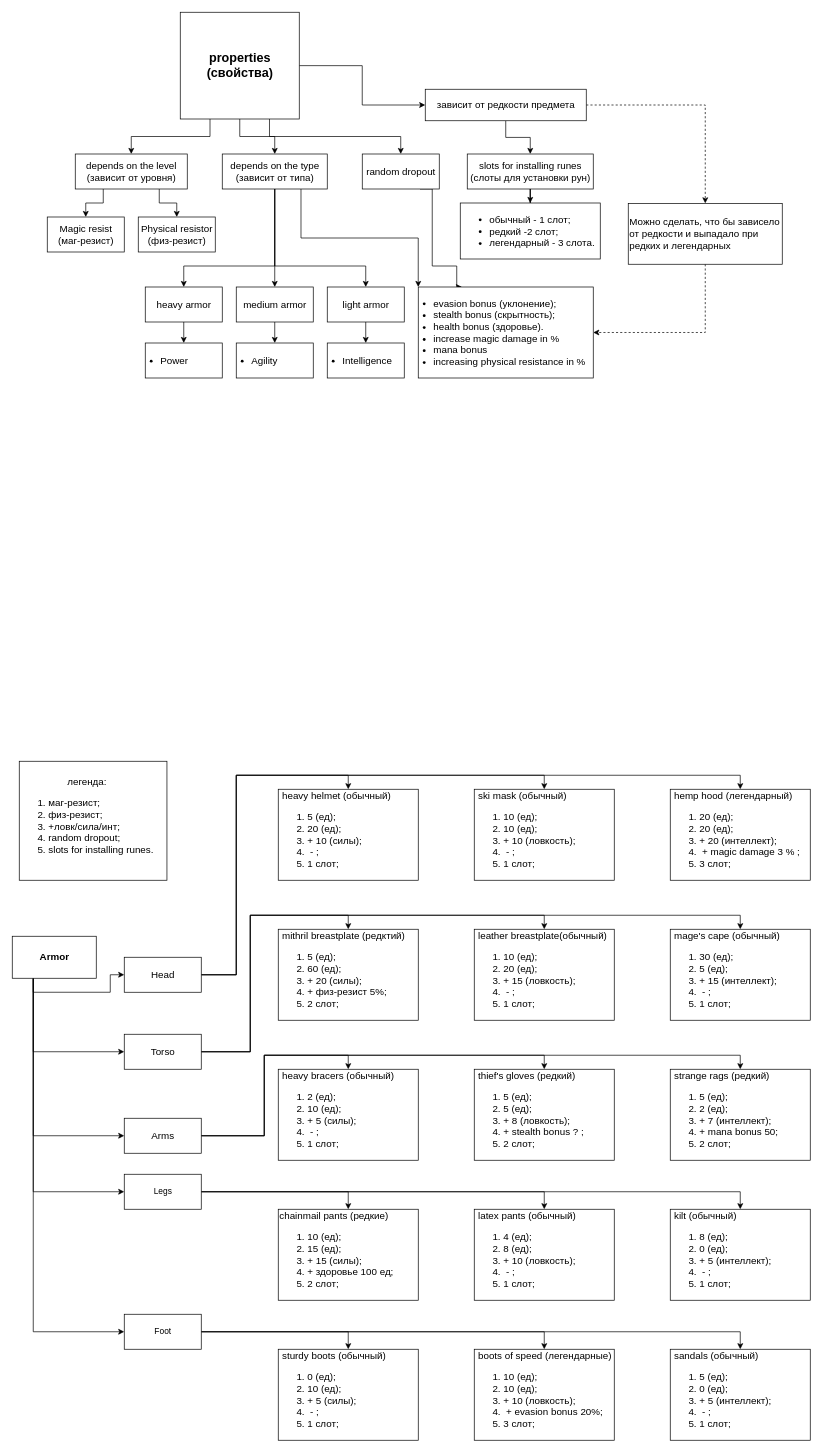
Above: page "Armor_2.0" (10 of 12) of Architecture.drawio in PhoenixVRN/Mafia (draw.io), before the change. Source tidied: cells renumbered, new cells numbered last; positions are measured from the earlier drawing's top-left corner, leaving out a move shared by most shapes. Both pictures are drawn from the tidied source at 70%, with x=0, y=0 at pixel (12, 12).
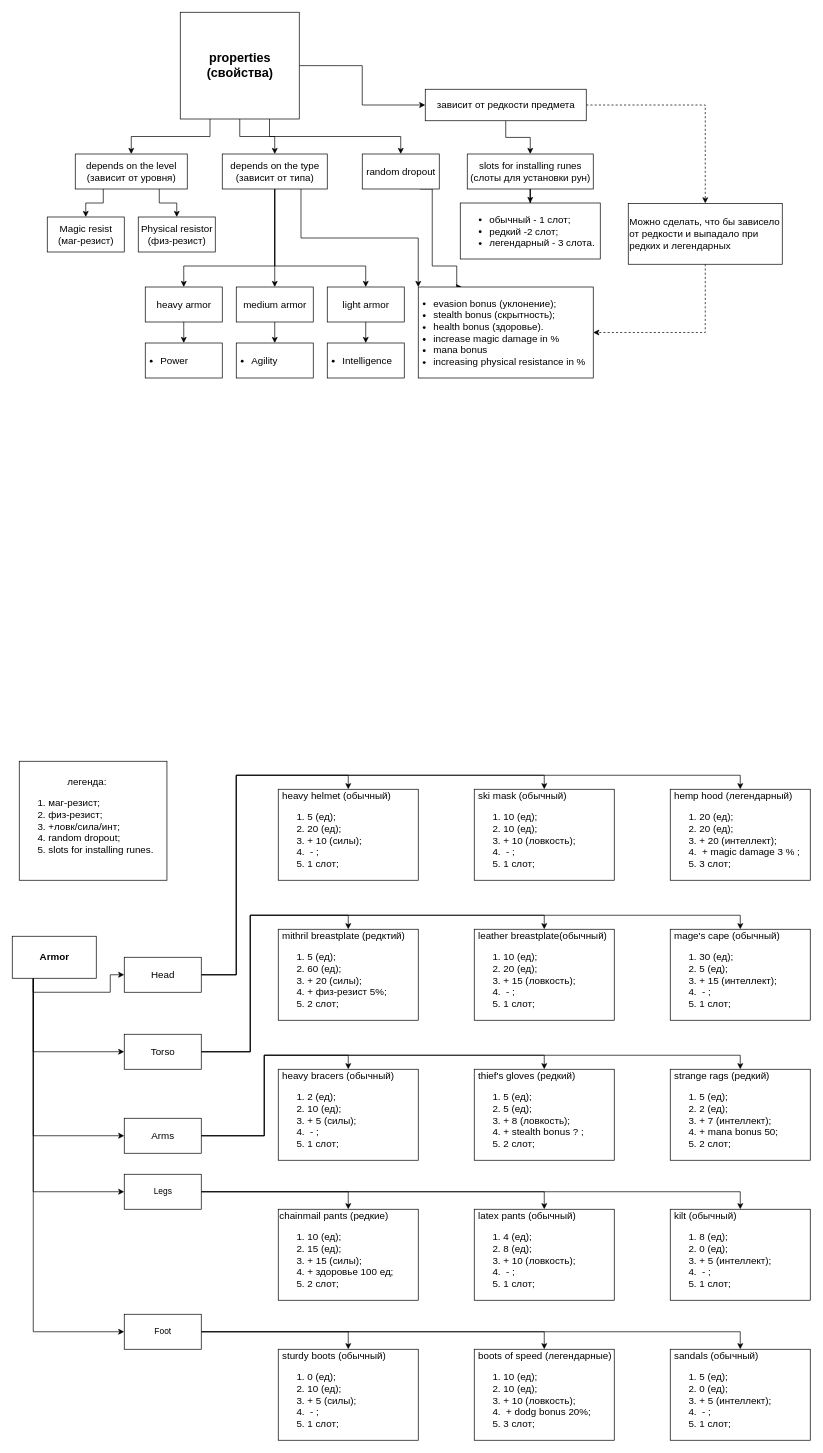
The same page after the edit.

Change to the diagram source:
```diff
@@
-    <mxCell id="72" value="&lt;div&gt;&lt;div&gt;&lt;div&gt;&amp;nbsp;boots of speed (легендарные)&lt;/div&gt;&lt;/div&gt;&lt;/div&gt;&lt;div&gt;&lt;ol&gt;&lt;li&gt;10 (ед);&lt;/li&gt;&lt;li&gt;10 (ед);&lt;/li&gt;&lt;li&gt;+ 10 (ловкость);&lt;/li&gt;&lt;li&gt;&amp;nbsp;+ evasion bonus&amp;nbsp;20%;&lt;/li&gt;&lt;li&gt;3 слот;&lt;/li&gt;&lt;/ol&gt;&lt;/div&gt;" style="html=1;strokeWidth=1;fontSize=14;align=left;" parent="1" vertex="1">
+    <mxCell id="72" value="&lt;div&gt;&lt;div&gt;&lt;div&gt;&amp;nbsp;boots of speed (легендарные)&lt;/div&gt;&lt;/div&gt;&lt;/div&gt;&lt;div&gt;&lt;ol&gt;&lt;li&gt;10 (ед);&lt;/li&gt;&lt;li&gt;10 (ед);&lt;/li&gt;&lt;li&gt;+ 10 (ловкость);&lt;/li&gt;&lt;li&gt;&amp;nbsp;+ dodg bonus&amp;nbsp;20%;&lt;/li&gt;&lt;li&gt;3 слот;&lt;/li&gt;&lt;/ol&gt;&lt;/div&gt;" style="html=1;strokeWidth=1;fontSize=14;align=left;" parent="1" vertex="1">
       <mxGeometry x="660" y="1910" width="200" height="130" as="geometry" />
     </mxCell>
```
